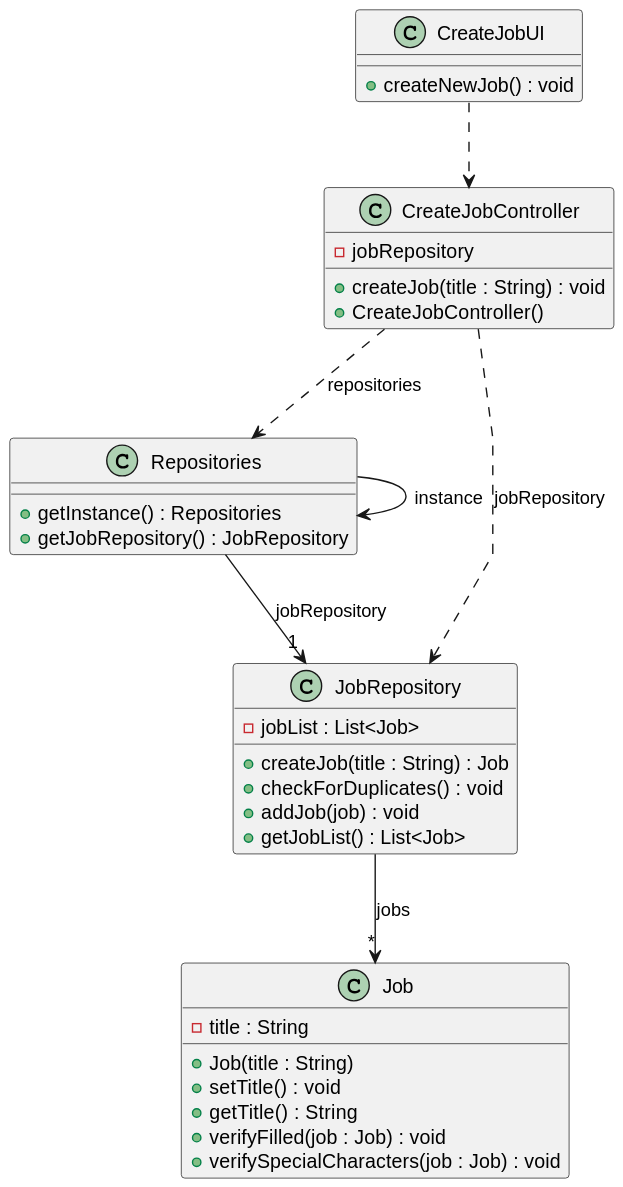
Above: docs/sprintB/us002/03.design/svg/us002-class-diagram.svg in ricardomm7/leaflink (PlantUML), before the change. The source it was exported from:
```plantuml
@startuml
skinparam packageStyle rectangle
skinparam shadowing false
skinparam linetype polyline


class CreateJobUI {
    +createNewJob() : void
}

class CreateJobController {
-jobRepository
    +createJob(title : String) : void
    +CreateJobController()
}

class Repositories {
    +getInstance() : Repositories
    +getJobRepository() : JobRepository
}

class JobRepository {
-jobList : List<Job>
    +createJob(title : String) : Job
    +checkForDuplicates() : void
    +addJob(job) : void
    +getJobList() : List<Job>
}

class Job {
    - title : String
    + Job(title : String)
    + setTitle() : void
    + getTitle() : String
    +verifyFilled(job : Job) : void
    +verifySpecialCharacters(job : Job) : void
}

CreateJobUI ..> CreateJobController
Repositories --> "1" JobRepository : jobRepository
Repositories --> Repositories : instance
JobRepository --> "*" Job : jobs
CreateJobController ..> Repositories : repositories
CreateJobController ..> JobRepository : jobRepository
@enduml
```
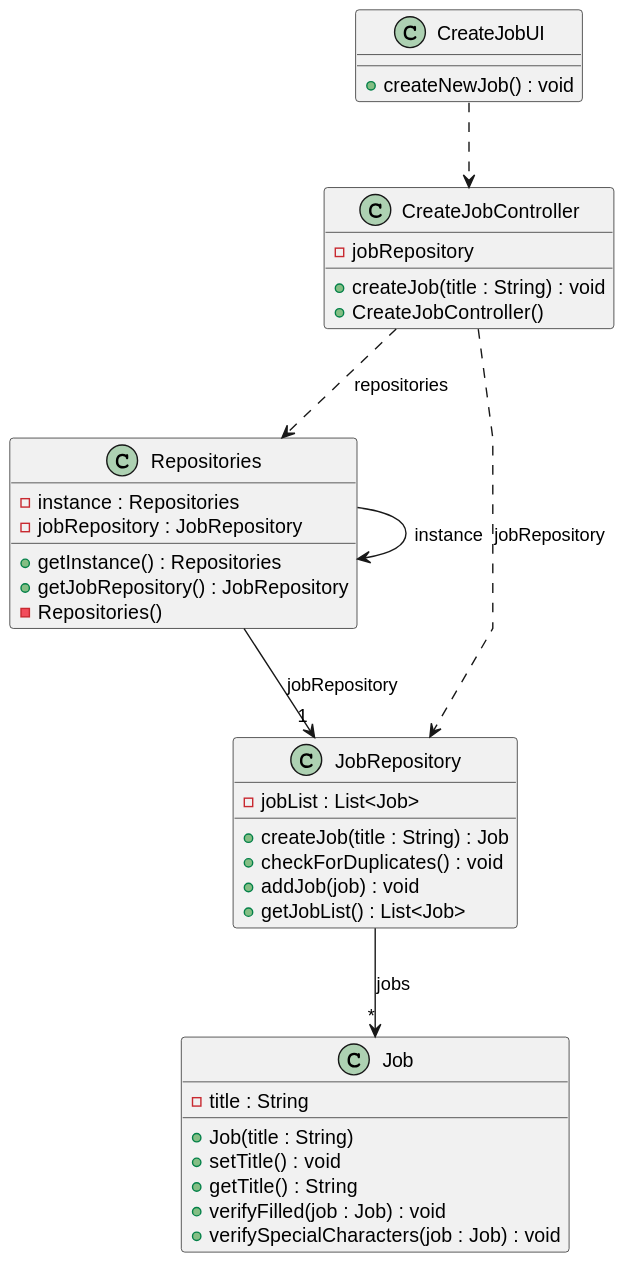
The same diagram one commit later.

Change to the diagram source:
```diff
@@ -17,6 +17,9 @@
 class Repositories {
     +getInstance() : Repositories
     +getJobRepository() : JobRepository
+    - instance : Repositories
+    - Repositories()
+    -jobRepository : JobRepository
 }
 
 class JobRepository {
```
